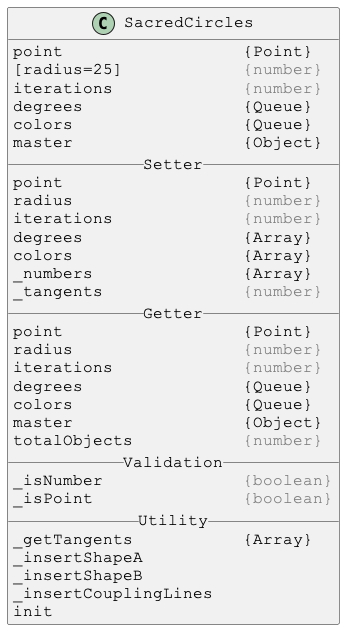
Before: docs/PlantUml/image/SacredCircles.png, a diagram exported from PlantUML (Justin-Byrne/canvasLab). Its diagram source:
```plantuml
@startuml

skinparam DefaultFontSize 16
skinparam DefaultFontName Courier New

class SacredCircles {
point                  {Point}
[radius=25]            <color:gray>{number}</color>
iterations             <color:gray>{number}</color>
degrees                {Queue}
colors                 {Queue}
master                 {Object}
__ Setter __
point                  {Point}
radius                 <color:gray>{number}</color>
iterations             <color:gray>{number}</color>
degrees                {Array}
colors                 {Array}
_numbers               {Array}
_tangents              <color:gray>{number}</color>
__ Getter __
point                  {Point}
radius                 <color:gray>{number}</color>
iterations             <color:gray>{number}</color>
degrees                {Queue}
colors                 {Queue}
master                 {Object}
totalObjects           <color:gray>{number}</color>
__ Validation __
_isNumber              <color:gray>{boolean}</color>
_isPoint               <color:gray>{boolean}</color>
__ Utility __
_getTangents           {Array}
_insertShapeA
_insertShapeB
_insertCouplingLines
init
}

@enduml
```
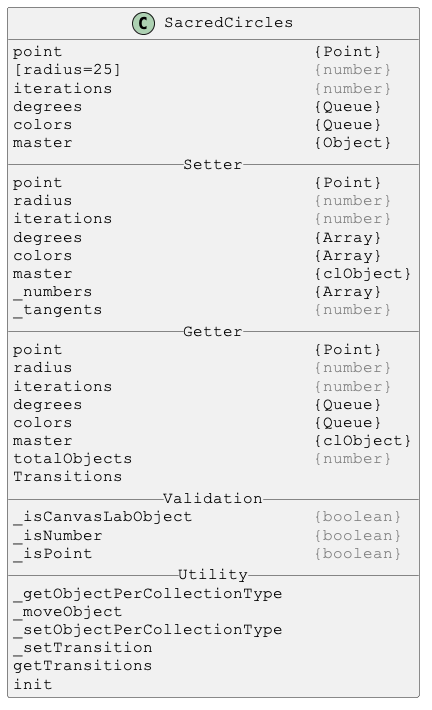
After the change.

Change to the diagram source:
```diff
@@ -4,36 +4,40 @@
 skinparam DefaultFontName Courier New
 
 class SacredCircles {
-point                  {Point}
-[radius=25]            <color:gray>{number}</color>
-iterations             <color:gray>{number}</color>
-degrees                {Queue}
-colors                 {Queue}
-master                 {Object}
+point                         {Point}
+[radius=25]                   <color:gray>{number}</color>
+iterations                    <color:gray>{number}</color>
+degrees                       {Queue}
+colors                        {Queue}
+master                        {Object}
 __ Setter __
-point                  {Point}
-radius                 <color:gray>{number}</color>
-iterations             <color:gray>{number}</color>
-degrees                {Array}
-colors                 {Array}
-_numbers               {Array}
-_tangents              <color:gray>{number}</color>
+point                         {Point}
+radius                        <color:gray>{number}</color>
+iterations                    <color:gray>{number}</color>
+degrees                       {Array}
+colors                        {Array}
+master                        {clObject}
+_numbers                      {Array}
+_tangents                     <color:gray>{number}</color>
 __ Getter __
-point                  {Point}
-radius                 <color:gray>{number}</color>
-iterations             <color:gray>{number}</color>
-degrees                {Queue}
-colors                 {Queue}
-master                 {Object}
-totalObjects           <color:gray>{number}</color>
+point                         {Point}
+radius                        <color:gray>{number}</color>
+iterations                    <color:gray>{number}</color>
+degrees                       {Queue}
+colors                        {Queue}
+master                        {clObject}
+totalObjects                  <color:gray>{number}</color>
+Transitions
 __ Validation __
-_isNumber              <color:gray>{boolean}</color>
-_isPoint               <color:gray>{boolean}</color>
+_isCanvasLabObject            <color:gray>{boolean}</color>
+_isNumber                     <color:gray>{boolean}</color>
+_isPoint                      <color:gray>{boolean}</color>
 __ Utility __
-_getTangents           {Array}
-_insertShapeA
-_insertShapeB
-_insertCouplingLines
+_getObjectPerCollectionType
+_moveObject
+_setObjectPerCollectionType
+_setTransition
+getTransitions
 init
 }
 
```
